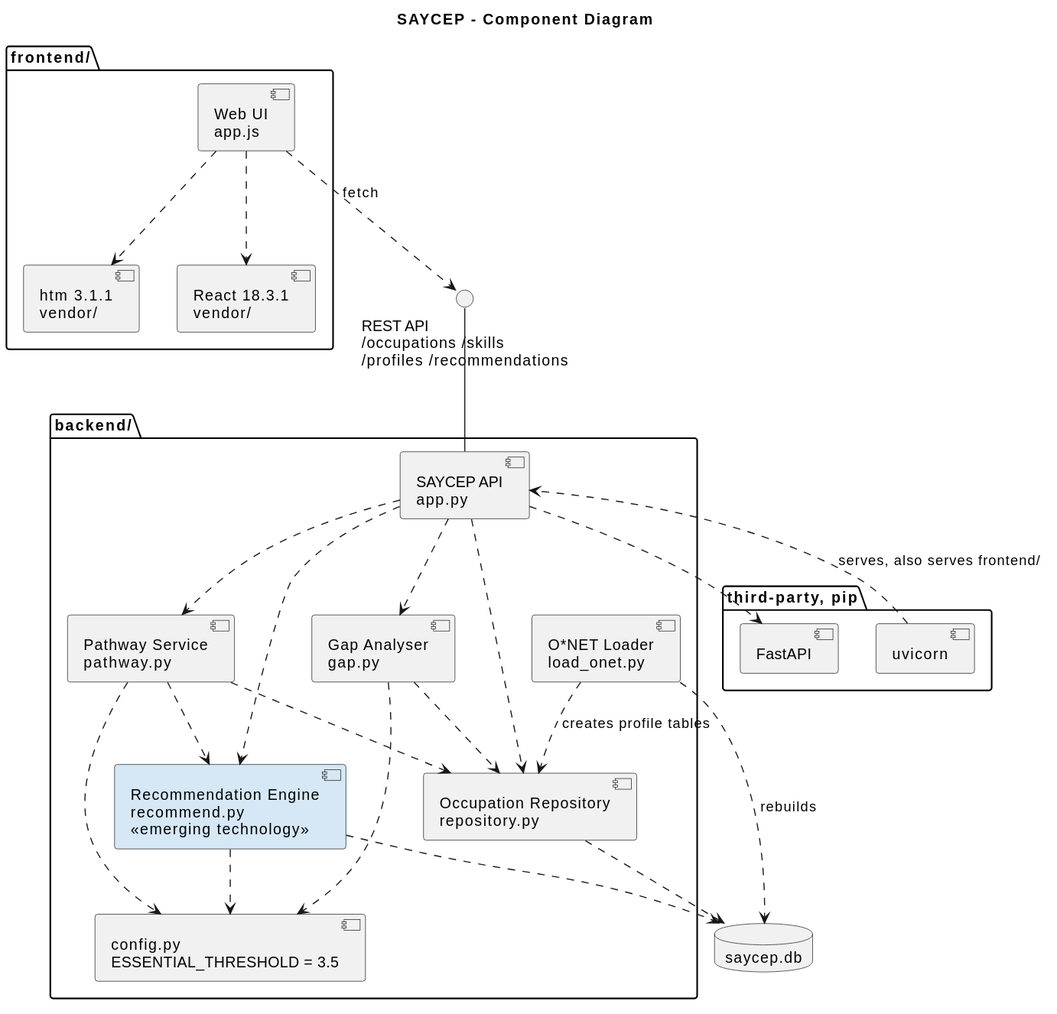
Above: docs/uml/a3/06-component.svg in ShogunLSG/SAYCEP (PlantUML), before the change.
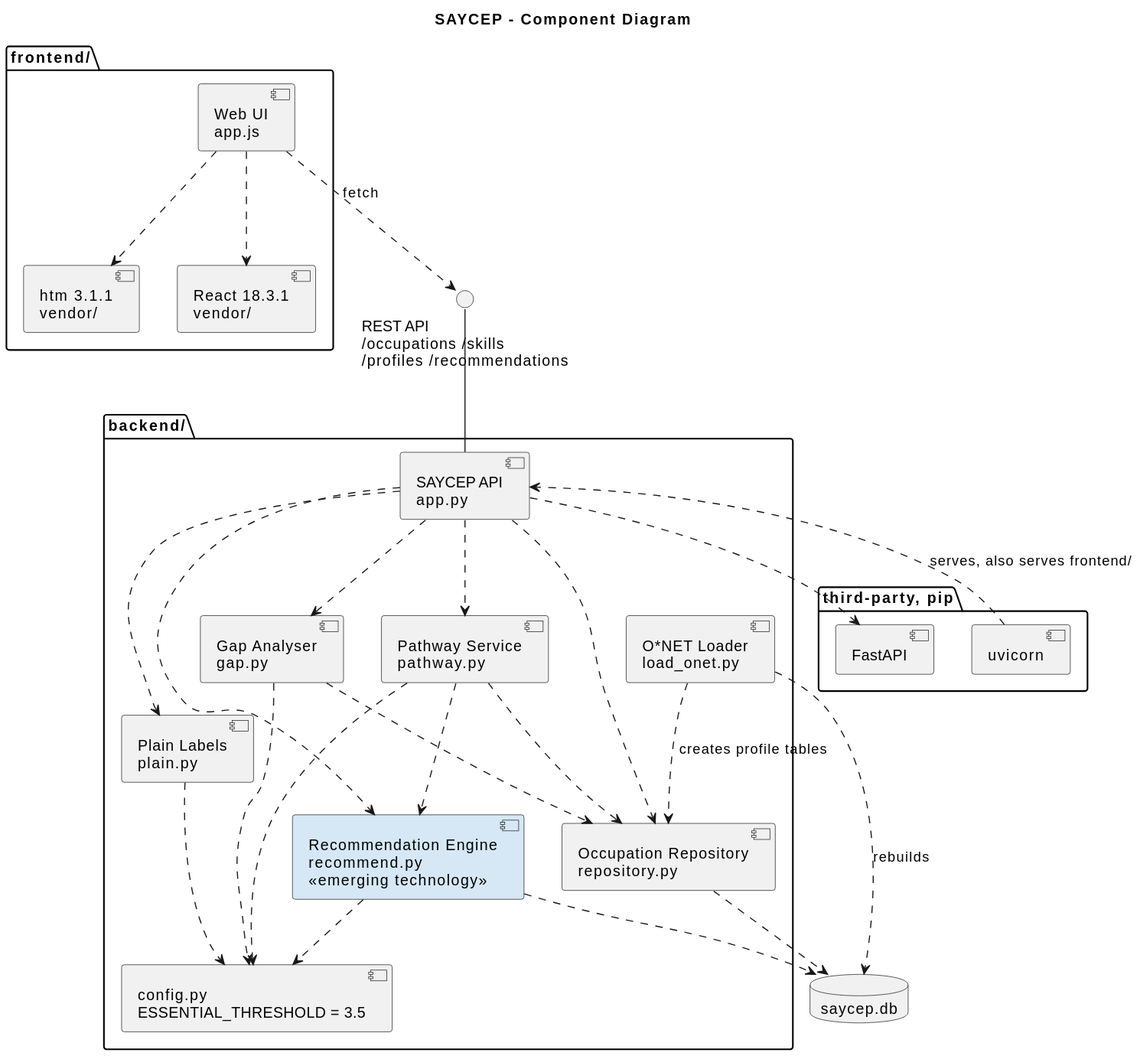
After the change.

Diff of the diagram source:
```diff
@@ -14,6 +14,7 @@
   component "Pathway Service\npathway.py" as PS
   component "Recommendation Engine\nrecommend.py\n<<emerging technology>>" as RE #D6E8F5
   component "Occupation Repository\nrepository.py" as Repo
+  component "Plain Labels\nplain.py" as PL
   component "config.py\nESSENTIAL_THRESHOLD = 3.5" as Cfg
   component "O*NET Loader\nload_onet.py" as Loader
 }
@@ -37,6 +38,8 @@
 API ..> PS
 API ..> RE
 API ..> Repo
+API ..> PL
+PL ..> Cfg
 PS ..> RE
 PS ..> Repo
 GA ..> Repo
```
